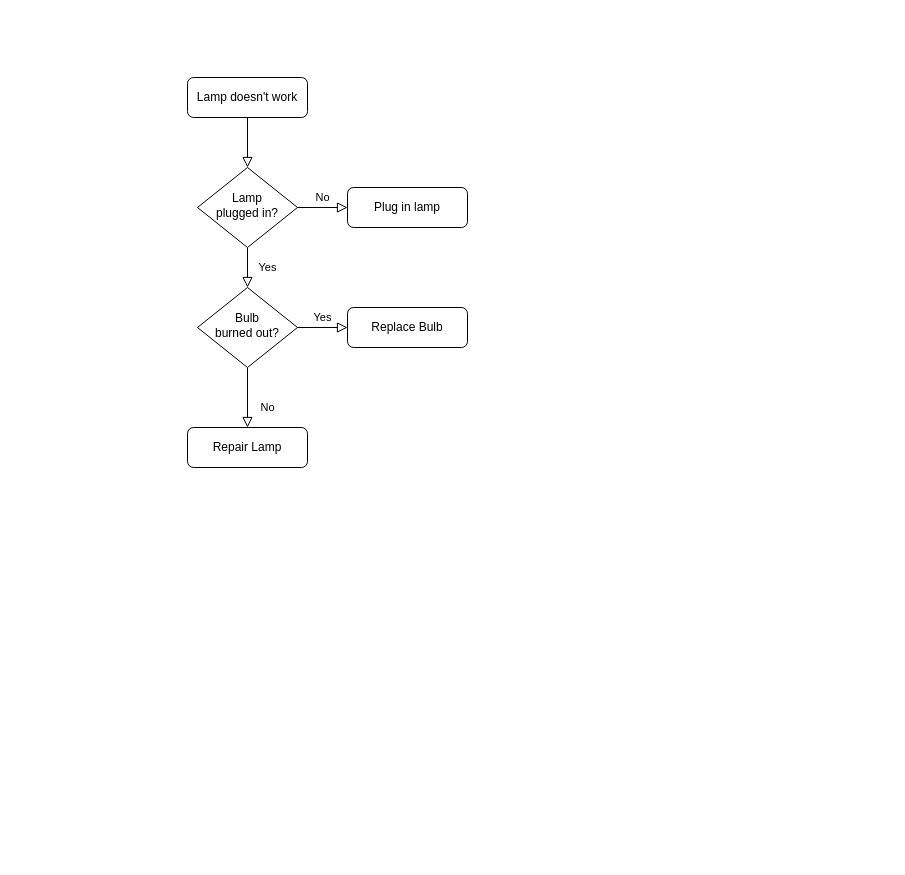
Kevin-Huang-NZ/notes keeps this draw.io diagram as draw.io/Untitled Diagram.drawio. Above is the earlier version. Source tidied: cells renumbered, new cells numbered last; positions are measured from the earlier drawing's top-left corner, leaving out a move shared by most shapes. Both pictures are drawn from the tidied source at 100%, with x=0, y=0 at pixel (187, 77).
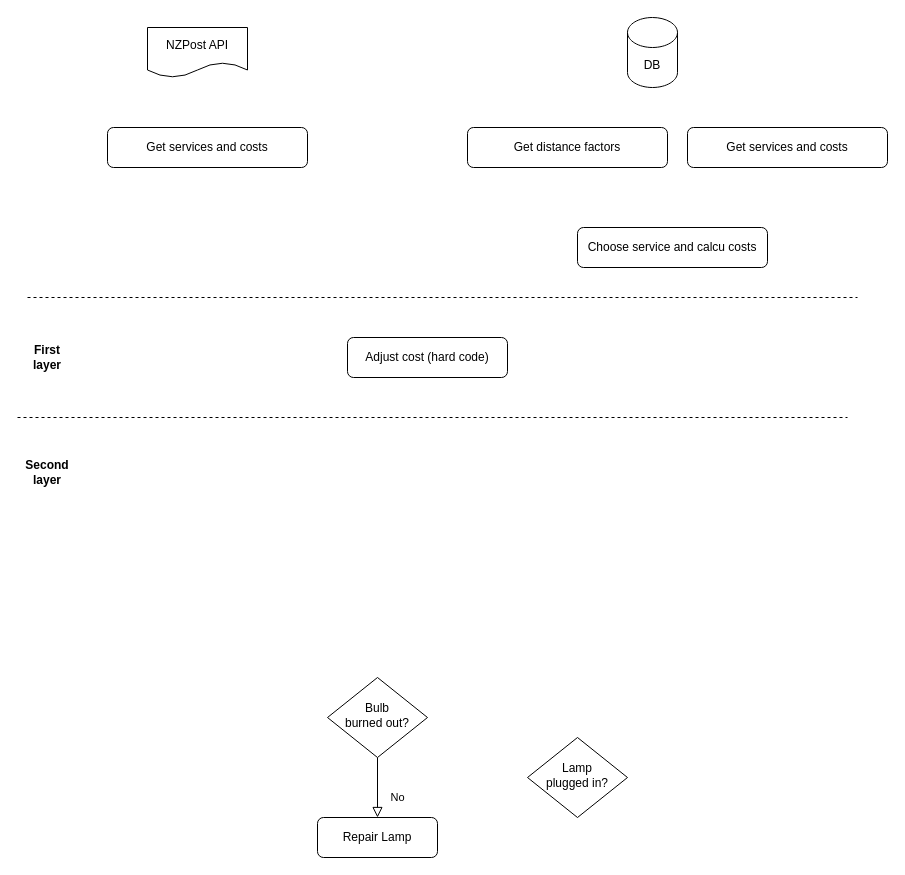
Above is the later version.

Diff of the diagram source:
```diff
@@
 <mxGraphModel>
   <root>
     <mxCell id="0" />
     <mxCell id="1" parent="0" />
-    <mxCell id="2" style="rounded=0;html=1;jettySize=auto;fontSize=11;endArrow=block;endFill=0;endSize=8;strokeWidth=1;shadow=0;labelBackgroundColor=none;edgeStyle=orthogonalEdgeStyle;" parent="1" edge="1" source="3" target="6">
-      <mxGeometry relative="1" as="geometry" />
-    </mxCell>
-    <mxCell id="3" value="Lamp doesn't work" style="rounded=1;whiteSpace=wrap;html=1;fontSize=12;glass=0;strokeWidth=1;shadow=0;" parent="1" vertex="1">
-      <mxGeometry width="120" height="40" as="geometry" />
+    <mxCell id="3" value="Get services and costs" style="rounded=1;whiteSpace=wrap;html=1;fontSize=12;glass=0;strokeWidth=1;shadow=0;" parent="1" vertex="1">
+      <mxGeometry x="-80" y="50" width="200" height="40" as="geometry" />
     </mxCell>
-    <mxCell id="4" value="Yes" style="rounded=0;html=1;jettySize=auto;fontSize=11;endArrow=block;endFill=0;endSize=8;strokeWidth=1;shadow=0;labelBackgroundColor=none;edgeStyle=orthogonalEdgeStyle;" parent="1" edge="1" source="6" target="10">
-      <mxGeometry y="20" relative="1" as="geometry" />
-    </mxCell>
-    <mxCell id="5" value="No" style="edgeStyle=orthogonalEdgeStyle;rounded=0;html=1;jettySize=auto;fontSize=11;endArrow=block;endFill=0;endSize=8;strokeWidth=1;shadow=0;labelBackgroundColor=none;" parent="1" edge="1" source="6" target="7">
-      <mxGeometry y="10" relative="1" as="geometry" />
-    </mxCell>
     <mxCell id="6" value="Lamp&lt;br&gt;plugged in?" style="rhombus;whiteSpace=wrap;html=1;shadow=0;fontFamily=Helvetica;fontSize=12;align=center;strokeWidth=1;spacing=6;spacingTop=-4;" parent="1" vertex="1">
-      <mxGeometry x="10" y="90" width="100" height="80" as="geometry" />
+      <mxGeometry x="340" y="660" width="100" height="80" as="geometry" />
     </mxCell>
-    <mxCell id="7" value="Plug in lamp" style="rounded=1;whiteSpace=wrap;html=1;fontSize=12;glass=0;strokeWidth=1;shadow=0;" parent="1" vertex="1">
-      <mxGeometry x="160" y="110" width="120" height="40" as="geometry" />
+    <mxCell id="7" value="Choose service and calcu costs" style="rounded=1;whiteSpace=wrap;html=1;fontSize=12;glass=0;strokeWidth=1;shadow=0;" parent="1" vertex="1">
+      <mxGeometry x="390" y="150" width="190" height="40" as="geometry" />
     </mxCell>
     <mxCell id="8" value="No" style="rounded=0;html=1;jettySize=auto;fontSize=11;endArrow=block;endFill=0;endSize=8;strokeWidth=1;shadow=0;labelBackgroundColor=none;edgeStyle=orthogonalEdgeStyle;" parent="1" edge="1" source="10" target="11">
       <mxGeometry x="0.33" y="20" relative="1" as="geometry" />
     </mxCell>
-    <mxCell id="9" value="Yes" style="edgeStyle=orthogonalEdgeStyle;rounded=0;html=1;jettySize=auto;fontSize=11;endArrow=block;endFill=0;endSize=8;strokeWidth=1;shadow=0;labelBackgroundColor=none;" parent="1" edge="1" source="10" target="12">
-      <mxGeometry y="10" relative="1" as="geometry" />
-    </mxCell>
     <mxCell id="10" value="Bulb&lt;br&gt;burned out?" style="rhombus;whiteSpace=wrap;html=1;shadow=0;fontFamily=Helvetica;fontSize=12;align=center;strokeWidth=1;spacing=6;spacingTop=-4;" parent="1" vertex="1">
-      <mxGeometry x="10" y="210" width="100" height="80" as="geometry" />
+      <mxGeometry x="140" y="600" width="100" height="80" as="geometry" />
     </mxCell>
     <mxCell id="11" value="Repair Lamp" style="rounded=1;whiteSpace=wrap;html=1;fontSize=12;glass=0;strokeWidth=1;shadow=0;" parent="1" vertex="1">
-      <mxGeometry y="350" width="120" height="40" as="geometry" />
+      <mxGeometry x="130" y="740" width="120" height="40" as="geometry" />
     </mxCell>
-    <mxCell id="12" value="Replace Bulb" style="rounded=1;whiteSpace=wrap;html=1;fontSize=12;glass=0;strokeWidth=1;shadow=0;" parent="1" vertex="1">
-      <mxGeometry x="160" y="230" width="120" height="40" as="geometry" />
+    <mxCell id="12" value="Adjust cost (hard code)" style="rounded=1;whiteSpace=wrap;html=1;fontSize=12;glass=0;strokeWidth=1;shadow=0;" parent="1" vertex="1">
+      <mxGeometry x="160" y="260" width="160" height="40" as="geometry" />
     </mxCell>
+    <mxCell id="13" value="DB" style="shape=cylinder3;whiteSpace=wrap;html=1;boundedLbl=1;backgroundOutline=1;size=15;" parent="1" vertex="1">
+      <mxGeometry x="440" y="-60" width="50" height="70" as="geometry" />
+    </mxCell>
+    <mxCell id="14" value="NZPost API" style="shape=document;whiteSpace=wrap;html=1;boundedLbl=1;" parent="1" vertex="1">
+      <mxGeometry x="-40" y="-50" width="100" height="50" as="geometry" />
+    </mxCell>
+    <mxCell id="15" value="Get distance factors" style="rounded=1;whiteSpace=wrap;html=1;fontSize=12;glass=0;strokeWidth=1;shadow=0;" parent="1" vertex="1">
+      <mxGeometry x="280" y="50" width="200" height="40" as="geometry" />
+    </mxCell>
+    <mxCell id="16" value="Get services and costs" style="rounded=1;whiteSpace=wrap;html=1;fontSize=12;glass=0;strokeWidth=1;shadow=0;" parent="1" vertex="1">
+      <mxGeometry x="500" y="50" width="200" height="40" as="geometry" />
+    </mxCell>
+    <mxCell id="17" style="endArrow=none;dashed=1;html=1;rounded=0;" parent="1" edge="1">
+      <mxGeometry relative="1" as="geometry">
+        <mxPoint x="-160" y="220" as="sourcePoint" />
+        <mxPoint x="670" y="220" as="targetPoint" />
+      </mxGeometry>
+    </mxCell>
+    <mxCell id="18" value="First layer" style="text;html=1;strokeColor=none;fillColor=none;align=center;verticalAlign=middle;whiteSpace=wrap;rounded=0;fontStyle=1;" parent="1" vertex="1">
+      <mxGeometry x="-160" y="235" width="40" height="90" as="geometry" />
+    </mxCell>
+    <mxCell id="19" style="endArrow=none;dashed=1;html=1;rounded=0;" parent="1" edge="1">
+      <mxGeometry relative="1" as="geometry">
+        <mxPoint x="-170" y="340" as="sourcePoint" />
+        <mxPoint x="660" y="340" as="targetPoint" />
+      </mxGeometry>
+    </mxCell>
+    <mxCell id="20" value="Second layer" style="text;html=1;strokeColor=none;fillColor=none;align=center;verticalAlign=middle;whiteSpace=wrap;rounded=0;fontStyle=1;" parent="1" vertex="1">
+      <mxGeometry x="-160" y="350" width="40" height="90" as="geometry" />
+    </mxCell>
   </root>
 </mxGraphModel>
```
